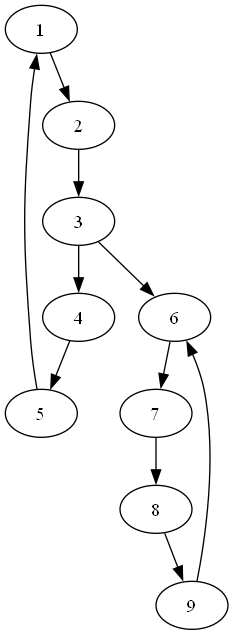
Earlier version of the Graphviz export src/graph.dot.png (RenatBogdanov/Struct2025_Lab_2). Its source is kept beside it as src/graph.dot.
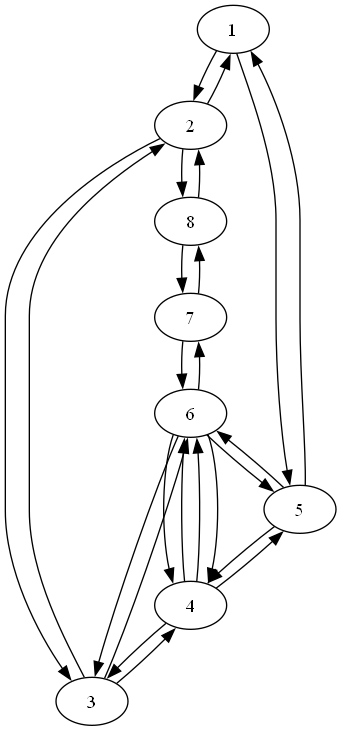
The same file after the commit.

Diff of the diagram source:
```diff
@@ -1,12 +1,26 @@
 digraph G {
     1 -> 2;
+    1 -> 5;
+    2 -> 1;
     2 -> 3;
+    2 -> 8;
+    3 -> 2;
     3 -> 4;
     3 -> 6;
+    4 -> 3;
     4 -> 5;
+    4 -> 6;
+    4 -> 6;
+    5 -> 4;
     5 -> 1;
+    5 -> 6;
+    6 -> 3;
     6 -> 7;
+    6 -> 5;
+    6 -> 4;
+    6 -> 4;
+    7 -> 6;
     7 -> 8;
-    8 -> 9;
-    9 -> 6;
+    8 -> 7;
+    8 -> 2;
 }
```
